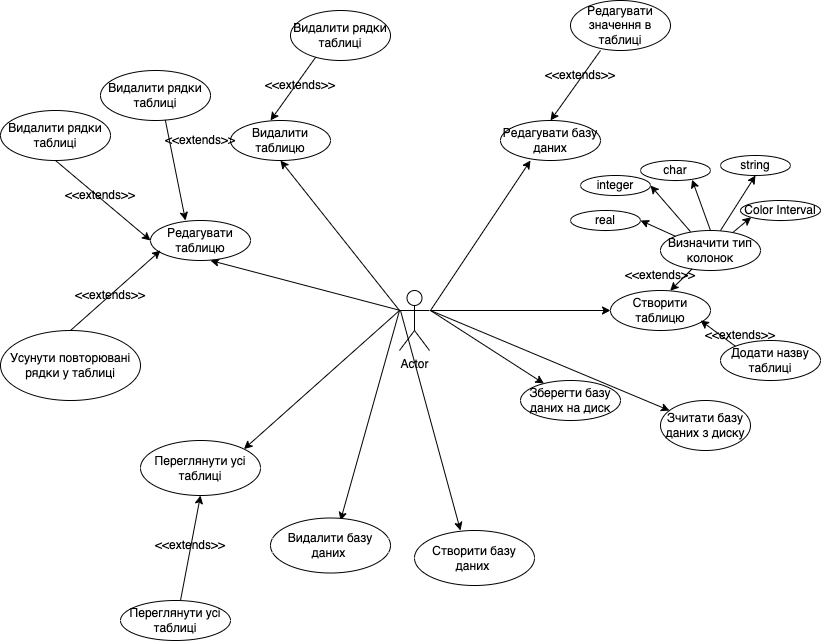
Before: img/Stage 1/UseCase.png, a diagram exported from draw.io (krispycrem/IT). Source tidied: cells renumbered, new cells last; positions are measured from the earlier drawing's top-left corner, leaving out a move shared by most shapes. Its diagram source:
```xml
<mxGraphModel>
  <root>
    <mxCell id="0" />
    <mxCell id="1" parent="0" />
    <mxCell id="2" value="Actor" style="shape=umlActor;verticalLabelPosition=bottom;verticalAlign=top;html=1;outlineConnect=0;" parent="1" vertex="1">
      <mxGeometry x="399" y="290" width="30" height="60" as="geometry" />
    </mxCell>
    <mxCell id="3" style="endArrow=classic;html=1;rounded=0;" parent="1" edge="1" target="4">
      <mxGeometry relative="1" as="geometry">
        <mxPoint x="430" y="310" as="sourcePoint" />
      </mxGeometry>
    </mxCell>
    <mxCell id="4" value="Зберегти базу даних на диск" style="ellipse;whiteSpace=wrap;html=1;" parent="1" vertex="1">
      <mxGeometry x="520" y="380" width="100" height="40" as="geometry" />
    </mxCell>
    <mxCell id="5" style="endArrow=classic;html=1;rounded=0;" parent="1" edge="1" target="6">
      <mxGeometry relative="1" as="geometry">
        <mxPoint x="430" y="310" as="sourcePoint" />
      </mxGeometry>
    </mxCell>
    <mxCell id="6" value="Зчитати базу даних з диску" style="ellipse;whiteSpace=wrap;html=1;" parent="1" vertex="1">
      <mxGeometry x="660" y="400" width="90" height="50" as="geometry" />
    </mxCell>
    <mxCell id="7" value="Створити таблицю" style="ellipse;whiteSpace=wrap;html=1;" parent="1" vertex="1">
      <mxGeometry x="610" y="290" width="100" height="40" as="geometry" />
    </mxCell>
    <mxCell id="8" style="endArrow=classic;html=1;rounded=0;" parent="1" edge="1" target="7">
      <mxGeometry relative="1" as="geometry">
        <mxPoint x="430" y="310" as="sourcePoint" />
      </mxGeometry>
    </mxCell>
    <mxCell id="9" style="endArrow=classic;html=1;rounded=0;" parent="1" edge="1">
      <mxGeometry relative="1" as="geometry">
        <mxPoint x="430" y="310" as="sourcePoint" />
        <mxPoint x="530" y="160" as="targetPoint" />
      </mxGeometry>
    </mxCell>
    <mxCell id="10" value="Додати назву таблиці" style="ellipse;whiteSpace=wrap;html=1;" parent="1" vertex="1">
      <mxGeometry x="720" y="340" width="100" height="40" as="geometry" />
    </mxCell>
    <mxCell id="11" style="endArrow=classic;html=1;rounded=0;exitX=0;exitY=0;exitDx=0;exitDy=0;" parent="1" edge="1" source="10">
      <mxGeometry relative="1" as="geometry">
        <mxPoint x="700" y="320" as="targetPoint" />
      </mxGeometry>
    </mxCell>
    <mxCell id="12" value="&amp;lt;&amp;lt;extends&amp;gt;&amp;gt;" style="text;html=1;strokeColor=none;fillColor=none;align=center;verticalAlign=middle;whiteSpace=wrap;rounded=0;" parent="1" vertex="1">
      <mxGeometry x="710" y="320" width="60" height="30" as="geometry" />
    </mxCell>
    <mxCell id="13" value="Визначити тип колонок" style="ellipse;whiteSpace=wrap;html=1;" parent="1" vertex="1">
      <mxGeometry x="660" y="230" width="100" height="40" as="geometry" />
    </mxCell>
    <mxCell id="14" value="&amp;lt;&amp;lt;extends&amp;gt;&amp;gt;" style="text;html=1;strokeColor=none;fillColor=none;align=center;verticalAlign=middle;whiteSpace=wrap;rounded=0;" parent="1" vertex="1">
      <mxGeometry x="630" y="260" width="60" height="30" as="geometry" />
    </mxCell>
    <mxCell id="15" style="endArrow=classic;html=1;rounded=0;entryX=0.597;entryY=0.005;entryDx=0;entryDy=0;entryPerimeter=0;" parent="1" edge="1" source="13" target="7">
      <mxGeometry relative="1" as="geometry" />
    </mxCell>
    <mxCell id="16" value="Color Interval" style="ellipse;whiteSpace=wrap;html=1;" parent="1" vertex="1">
      <mxGeometry x="740" y="200" width="80" height="20" as="geometry" />
    </mxCell>
    <mxCell id="17" value="Редагувати базу даних" style="ellipse;whiteSpace=wrap;html=1;" parent="1" vertex="1">
      <mxGeometry x="500" y="120" width="100" height="40" as="geometry" />
    </mxCell>
    <mxCell id="18" value="&amp;lt;&amp;lt;extends&amp;gt;&amp;gt;" style="text;html=1;strokeColor=none;fillColor=none;align=center;verticalAlign=middle;whiteSpace=wrap;rounded=0;" parent="1" vertex="1">
      <mxGeometry x="550" y="60" width="60" height="30" as="geometry" />
    </mxCell>
    <mxCell id="19" style="endArrow=classic;html=1;rounded=0;entryX=0.634;entryY=-0.018;entryDx=0;entryDy=0;entryPerimeter=0;" parent="1" edge="1">
      <mxGeometry relative="1" as="geometry">
        <mxPoint x="600" y="50" as="sourcePoint" />
        <mxPoint x="550" y="120" as="targetPoint" />
      </mxGeometry>
    </mxCell>
    <mxCell id="20" value="Редагувати значення в таблиці" style="ellipse;whiteSpace=wrap;html=1;" parent="1" vertex="1">
      <mxGeometry x="570" width="100" height="50" as="geometry" />
    </mxCell>
    <mxCell id="21" style="endArrow=classic;html=1;rounded=0;exitX=0;exitY=0.3333333333333333;exitDx=0;exitDy=0;exitPerimeter=0;" parent="1" edge="1" source="2">
      <mxGeometry relative="1" as="geometry">
        <mxPoint x="280" y="160" as="targetPoint" />
      </mxGeometry>
    </mxCell>
    <mxCell id="22" value="Видалити таблицю" style="ellipse;whiteSpace=wrap;html=1;" parent="1" vertex="1">
      <mxGeometry x="230" y="120" width="100" height="40" as="geometry" />
    </mxCell>
    <mxCell id="23" style="endArrow=classic;html=1;rounded=0;entryX=0.634;entryY=-0.018;entryDx=0;entryDy=0;entryPerimeter=0;" parent="1" edge="1">
      <mxGeometry relative="1" as="geometry">
        <mxPoint x="320" y="50" as="sourcePoint" />
        <mxPoint x="270" y="120" as="targetPoint" />
      </mxGeometry>
    </mxCell>
    <mxCell id="24" value="&amp;lt;&amp;lt;extends&amp;gt;&amp;gt;" style="text;html=1;strokeColor=none;fillColor=none;align=center;verticalAlign=middle;whiteSpace=wrap;rounded=0;" parent="1" vertex="1">
      <mxGeometry x="270" y="70" width="60" height="30" as="geometry" />
    </mxCell>
    <mxCell id="25" value="Видалити рядки таблиці" style="ellipse;whiteSpace=wrap;html=1;" parent="1" vertex="1">
      <mxGeometry x="290" y="10" width="100" height="50" as="geometry" />
    </mxCell>
    <mxCell id="26" style="endArrow=classic;html=1;rounded=0;" parent="1" edge="1">
      <mxGeometry relative="1" as="geometry">
        <mxPoint x="400" y="310" as="sourcePoint" />
        <mxPoint x="210" y="260" as="targetPoint" />
      </mxGeometry>
    </mxCell>
    <mxCell id="27" value="Редагувати таблицю" style="ellipse;whiteSpace=wrap;html=1;" parent="1" vertex="1">
      <mxGeometry x="150" y="220" width="100" height="40" as="geometry" />
    </mxCell>
    <mxCell id="28" value="Видалити рядки таблиці" style="ellipse;whiteSpace=wrap;html=1;" parent="1" vertex="1">
      <mxGeometry y="110" width="110" height="50" as="geometry" />
    </mxCell>
    <mxCell id="29" value="Видалити рядки таблиці" style="ellipse;whiteSpace=wrap;html=1;" parent="1" vertex="1">
      <mxGeometry x="100" y="70" width="110" height="50" as="geometry" />
    </mxCell>
    <mxCell id="30" value="&amp;lt;&amp;lt;extends&amp;gt;&amp;gt;" style="text;html=1;strokeColor=none;fillColor=none;align=center;verticalAlign=middle;whiteSpace=wrap;rounded=0;" parent="1" vertex="1">
      <mxGeometry x="170" y="125" width="60" height="30" as="geometry" />
    </mxCell>
    <mxCell id="31" style="endArrow=classic;html=1;rounded=0;exitX=-0.087;exitY=-0.189;exitDx=0;exitDy=0;exitPerimeter=0;" parent="1" edge="1" source="30">
      <mxGeometry relative="1" as="geometry">
        <mxPoint x="185" y="220" as="targetPoint" />
      </mxGeometry>
    </mxCell>
    <mxCell id="32" style="endArrow=classic;html=1;rounded=0;entryX=0;entryY=0.5;entryDx=0;entryDy=0;exitX=0.5;exitY=1;exitDx=0;exitDy=0;startArrow=none;" parent="1" edge="1" source="28" target="27">
      <mxGeometry relative="1" as="geometry" />
    </mxCell>
    <mxCell id="33" style="endArrow=classic;html=1;rounded=0;exitX=0;exitY=0.3333333333333333;exitDx=0;exitDy=0;exitPerimeter=0;entryX=1;entryY=0;entryDx=0;entryDy=0;" parent="1" edge="1" source="2" target="34">
      <mxGeometry relative="1" as="geometry" />
    </mxCell>
    <mxCell id="34" value="Переглянути усі таблиці" style="ellipse;whiteSpace=wrap;html=1;" parent="1" vertex="1">
      <mxGeometry x="140" y="440" width="120" height="55" as="geometry" />
    </mxCell>
    <mxCell id="35" value="&amp;lt;&amp;lt;extends&amp;gt;&amp;gt;" style="text;html=1;strokeColor=none;fillColor=none;align=center;verticalAlign=middle;whiteSpace=wrap;rounded=0;" parent="1" vertex="1">
      <mxGeometry x="70" y="180" width="60" height="30" as="geometry" />
    </mxCell>
    <mxCell id="36" style="endArrow=classic;html=1;rounded=0;entryX=0.5;entryY=1;entryDx=0;entryDy=0;" parent="1" edge="1" target="34">
      <mxGeometry relative="1" as="geometry">
        <mxPoint x="180" y="600" as="sourcePoint" />
      </mxGeometry>
    </mxCell>
    <mxCell id="37" value="&amp;lt;&amp;lt;extends&amp;gt;&amp;gt;" style="text;html=1;strokeColor=none;fillColor=none;align=center;verticalAlign=middle;whiteSpace=wrap;rounded=0;" parent="1" vertex="1">
      <mxGeometry x="160" y="530" width="60" height="30" as="geometry" />
    </mxCell>
    <mxCell id="38" value="Переглянути усі таблиці" style="ellipse;whiteSpace=wrap;html=1;" parent="1" vertex="1">
      <mxGeometry x="120" y="600" width="110" height="40" as="geometry" />
    </mxCell>
    <mxCell id="39" style="endArrow=classic;html=1;rounded=0;exitX=0;exitY=0.3333333333333333;exitDx=0;exitDy=0;exitPerimeter=0;" parent="1" edge="1" source="2">
      <mxGeometry relative="1" as="geometry">
        <mxPoint x="340" y="520" as="targetPoint" />
      </mxGeometry>
    </mxCell>
    <mxCell id="40" value="Видалити базу даних&amp;nbsp;" style="ellipse;whiteSpace=wrap;html=1;" parent="1" vertex="1">
      <mxGeometry x="270" y="517.5" width="120" height="55" as="geometry" />
    </mxCell>
    <mxCell id="41" style="endArrow=classic;html=1;rounded=0;" parent="1" edge="1">
      <mxGeometry relative="1" as="geometry">
        <mxPoint x="400" y="310" as="sourcePoint" />
        <mxPoint x="460" y="530" as="targetPoint" />
      </mxGeometry>
    </mxCell>
    <mxCell id="42" value="Створити базу даних&amp;nbsp;" style="ellipse;whiteSpace=wrap;html=1;" parent="1" vertex="1">
      <mxGeometry x="414" y="530" width="120" height="55" as="geometry" />
    </mxCell>
    <mxCell id="43" value="Усунути повторювані рядки у таблиці" style="ellipse;whiteSpace=wrap;html=1;" parent="1" vertex="1">
      <mxGeometry y="330" width="140" height="70" as="geometry" />
    </mxCell>
    <mxCell id="44" style="endArrow=classic;html=1;rounded=0;entryX=0;entryY=0.5;entryDx=0;entryDy=0;exitX=0.5;exitY=0;exitDx=0;exitDy=0;startArrow=none;" parent="1" edge="1" source="43">
      <mxGeometry relative="1" as="geometry">
        <mxPoint x="160" y="250" as="targetPoint" />
      </mxGeometry>
    </mxCell>
    <mxCell id="45" value="&amp;lt;&amp;lt;extends&amp;gt;&amp;gt;" style="text;html=1;strokeColor=none;fillColor=none;align=center;verticalAlign=middle;whiteSpace=wrap;rounded=0;" parent="1" vertex="1">
      <mxGeometry x="80" y="280" width="60" height="30" as="geometry" />
    </mxCell>
    <mxCell id="46" style="endArrow=classic;html=1;rounded=0;entryX=0;entryY=1;entryDx=0;entryDy=0;" parent="1" edge="1" source="13" target="16">
      <mxGeometry relative="1" as="geometry" />
    </mxCell>
    <mxCell id="47" value="string" style="ellipse;whiteSpace=wrap;html=1;" parent="1" vertex="1">
      <mxGeometry x="720" y="155" width="70" height="20" as="geometry" />
    </mxCell>
    <mxCell id="48" value="char" style="ellipse;whiteSpace=wrap;html=1;" parent="1" vertex="1">
      <mxGeometry x="640" y="160" width="70" height="20" as="geometry" />
    </mxCell>
    <mxCell id="49" value="integer" style="ellipse;whiteSpace=wrap;html=1;" parent="1" vertex="1">
      <mxGeometry x="580" y="175" width="70" height="20" as="geometry" />
    </mxCell>
    <mxCell id="50" value="real" style="ellipse;whiteSpace=wrap;html=1;" parent="1" vertex="1">
      <mxGeometry x="570" y="210" width="70" height="20" as="geometry" />
    </mxCell>
    <mxCell id="51" style="endArrow=classic;html=1;rounded=0;exitX=0.6;exitY=0;exitDx=0;exitDy=0;exitPerimeter=0;entryX=0.5;entryY=1;entryDx=0;entryDy=0;" parent="1" edge="1" source="13" target="47">
      <mxGeometry relative="1" as="geometry" />
    </mxCell>
    <mxCell id="52" style="endArrow=classic;html=1;rounded=0;exitX=0.5;exitY=0;exitDx=0;exitDy=0;entryX=0.737;entryY=0.96;entryDx=0;entryDy=0;entryPerimeter=0;" parent="1" edge="1" source="13" target="48">
      <mxGeometry relative="1" as="geometry" />
    </mxCell>
    <mxCell id="53" style="endArrow=classic;html=1;rounded=0;exitX=0.3;exitY=0.03;exitDx=0;exitDy=0;exitPerimeter=0;entryX=1;entryY=0.5;entryDx=0;entryDy=0;" parent="1" edge="1" source="13" target="49">
      <mxGeometry relative="1" as="geometry" />
    </mxCell>
    <mxCell id="54" style="endArrow=classic;html=1;rounded=0;exitX=0;exitY=0;exitDx=0;exitDy=0;entryX=1;entryY=0.5;entryDx=0;entryDy=0;" parent="1" edge="1" source="13" target="50">
      <mxGeometry relative="1" as="geometry" />
    </mxCell>
  </root>
</mxGraphModel>
```
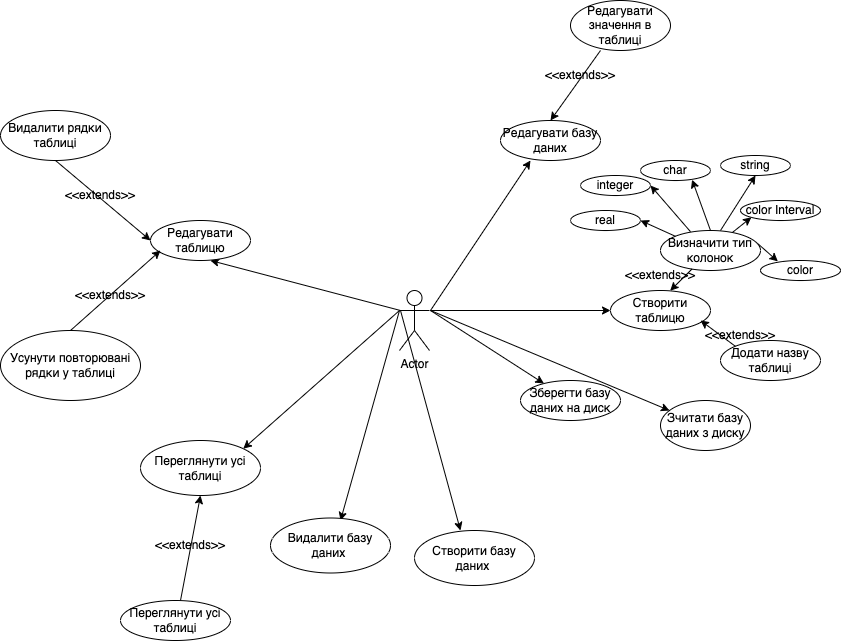
Above is the later version.

Diff of the diagram source:
```diff
@@ -55,7 +55,7 @@
     <mxCell id="15" style="endArrow=classic;html=1;rounded=0;entryX=0.597;entryY=0.005;entryDx=0;entryDy=0;entryPerimeter=0;" parent="1" edge="1" source="13" target="7">
       <mxGeometry relative="1" as="geometry" />
     </mxCell>
-    <mxCell id="16" value="Color Interval" style="ellipse;whiteSpace=wrap;html=1;" parent="1" vertex="1">
+    <mxCell id="16" value="color Interval" style="ellipse;whiteSpace=wrap;html=1;" parent="1" vertex="1">
       <mxGeometry x="740" y="200" width="80" height="20" as="geometry" />
     </mxCell>
     <mxCell id="17" value="Редагувати базу даних" style="ellipse;whiteSpace=wrap;html=1;" parent="1" vertex="1">
@@ -73,26 +73,6 @@
     <mxCell id="20" value="Редагувати значення в таблиці" style="ellipse;whiteSpace=wrap;html=1;" parent="1" vertex="1">
       <mxGeometry x="570" width="100" height="50" as="geometry" />
     </mxCell>
-    <mxCell id="21" style="endArrow=classic;html=1;rounded=0;exitX=0;exitY=0.3333333333333333;exitDx=0;exitDy=0;exitPerimeter=0;" parent="1" edge="1" source="2">
-      <mxGeometry relative="1" as="geometry">
-        <mxPoint x="280" y="160" as="targetPoint" />
-      </mxGeometry>
-    </mxCell>
-    <mxCell id="22" value="Видалити таблицю" style="ellipse;whiteSpace=wrap;html=1;" parent="1" vertex="1">
-      <mxGeometry x="230" y="120" width="100" height="40" as="geometry" />
-    </mxCell>
-    <mxCell id="23" style="endArrow=classic;html=1;rounded=0;entryX=0.634;entryY=-0.018;entryDx=0;entryDy=0;entryPerimeter=0;" parent="1" edge="1">
-      <mxGeometry relative="1" as="geometry">
-        <mxPoint x="320" y="50" as="sourcePoint" />
-        <mxPoint x="270" y="120" as="targetPoint" />
-      </mxGeometry>
-    </mxCell>
-    <mxCell id="24" value="&amp;lt;&amp;lt;extends&amp;gt;&amp;gt;" style="text;html=1;strokeColor=none;fillColor=none;align=center;verticalAlign=middle;whiteSpace=wrap;rounded=0;" parent="1" vertex="1">
-      <mxGeometry x="270" y="70" width="60" height="30" as="geometry" />
-    </mxCell>
-    <mxCell id="25" value="Видалити рядки таблиці" style="ellipse;whiteSpace=wrap;html=1;" parent="1" vertex="1">
-      <mxGeometry x="290" y="10" width="100" height="50" as="geometry" />
-    </mxCell>
     <mxCell id="26" style="endArrow=classic;html=1;rounded=0;" parent="1" edge="1">
       <mxGeometry relative="1" as="geometry">
         <mxPoint x="400" y="310" as="sourcePoint" />
@@ -105,17 +85,6 @@
     <mxCell id="28" value="Видалити рядки таблиці" style="ellipse;whiteSpace=wrap;html=1;" parent="1" vertex="1">
       <mxGeometry y="110" width="110" height="50" as="geometry" />
     </mxCell>
-    <mxCell id="29" value="Видалити рядки таблиці" style="ellipse;whiteSpace=wrap;html=1;" parent="1" vertex="1">
-      <mxGeometry x="100" y="70" width="110" height="50" as="geometry" />
-    </mxCell>
-    <mxCell id="30" value="&amp;lt;&amp;lt;extends&amp;gt;&amp;gt;" style="text;html=1;strokeColor=none;fillColor=none;align=center;verticalAlign=middle;whiteSpace=wrap;rounded=0;" parent="1" vertex="1">
-      <mxGeometry x="170" y="125" width="60" height="30" as="geometry" />
-    </mxCell>
-    <mxCell id="31" style="endArrow=classic;html=1;rounded=0;exitX=-0.087;exitY=-0.189;exitDx=0;exitDy=0;exitPerimeter=0;" parent="1" edge="1" source="30">
-      <mxGeometry relative="1" as="geometry">
-        <mxPoint x="185" y="220" as="targetPoint" />
-      </mxGeometry>
-    </mxCell>
     <mxCell id="32" style="endArrow=classic;html=1;rounded=0;entryX=0;entryY=0.5;entryDx=0;entryDy=0;exitX=0.5;exitY=1;exitDx=0;exitDy=0;startArrow=none;" parent="1" edge="1" source="28" target="27">
       <mxGeometry relative="1" as="geometry" />
     </mxCell>
@@ -194,5 +163,11 @@
     <mxCell id="54" style="endArrow=classic;html=1;rounded=0;exitX=0;exitY=0;exitDx=0;exitDy=0;entryX=1;entryY=0.5;entryDx=0;entryDy=0;" parent="1" edge="1" source="13" target="50">
       <mxGeometry relative="1" as="geometry" />
     </mxCell>
+    <mxCell id="55" value="color" style="ellipse;whiteSpace=wrap;html=1;" parent="1" vertex="1">
+      <mxGeometry x="760" y="260" width="80" height="20" as="geometry" />
+    </mxCell>
+    <mxCell id="56" style="endArrow=classic;html=1;rounded=0;entryX=0.217;entryY=0.044;entryDx=0;entryDy=0;entryPerimeter=0;exitX=0.978;exitY=0.339;exitDx=0;exitDy=0;exitPerimeter=0;" parent="1" edge="1" source="13" target="55">
+      <mxGeometry relative="1" as="geometry" />
+    </mxCell>
   </root>
 </mxGraphModel>
```
